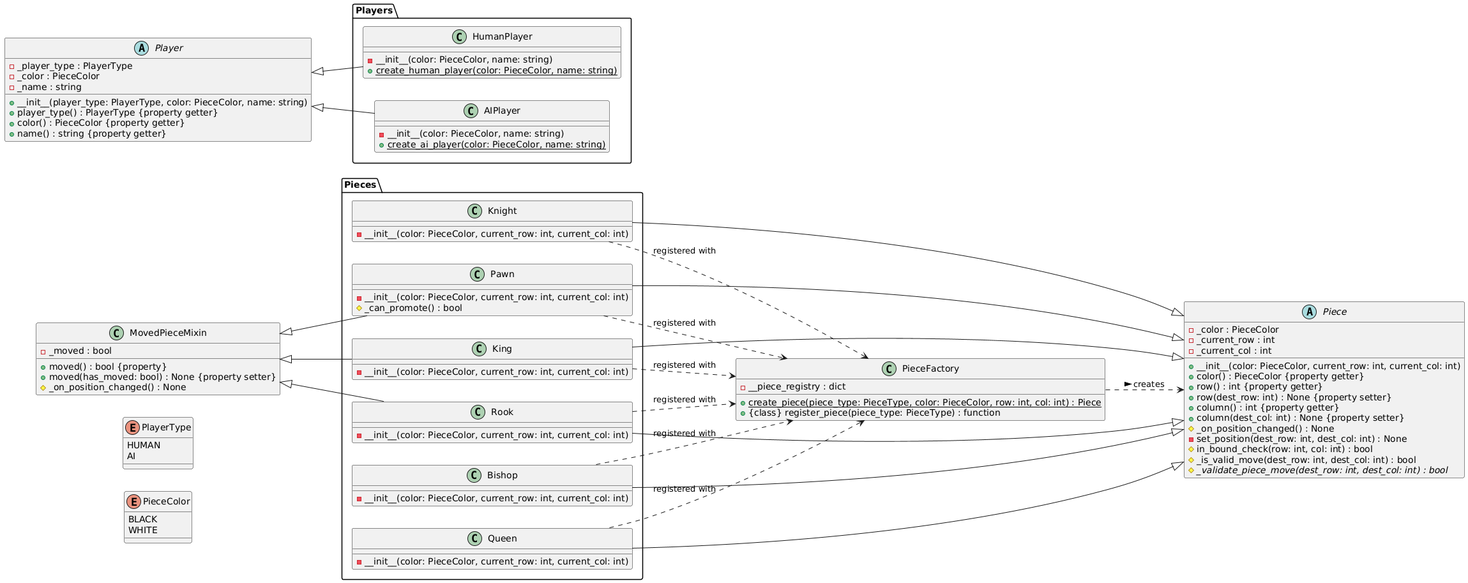
Earlier version of the PlantUML export ChessLite/class_diagrams/chess_uml_diagram.png (bharath-temp/ChessLite).
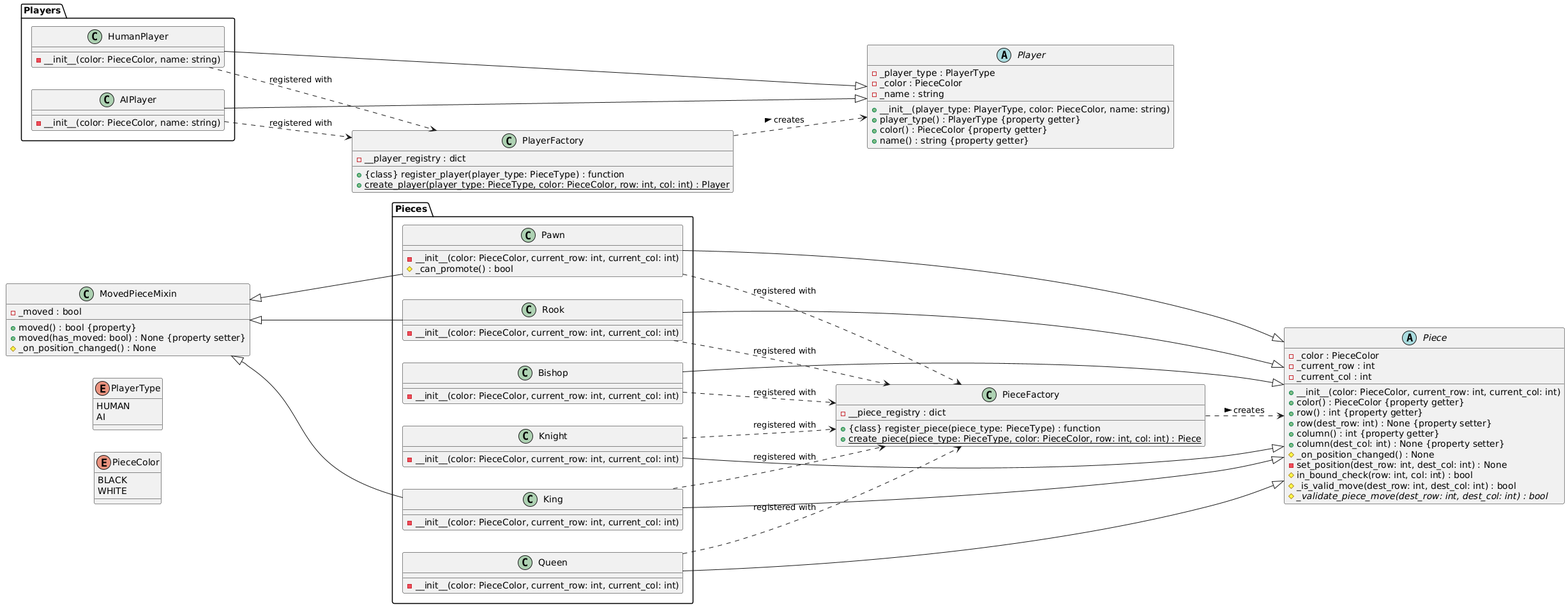
The same file after the commit.

Commit message:
feat: impl player factory

The edit, as a diff of the source:
```diff
@@ -37,8 +37,8 @@
 
 class PieceFactory {
     - __piece_registry : dict
+    + {class} register_piece(piece_type: PieceType) : function
     + {static} create_piece(piece_type: PieceType, color: PieceColor, row: int, col: int) : Piece
-    + {class} register_piece(piece_type: PieceType) : function
 }
 
 package "Pieces" {
@@ -68,6 +68,32 @@
     }
 }
 
+abstract class Player {
+    - _player_type : PlayerType
+    - _color : PieceColor
+    - _name : string
+    + __init__(player_type: PlayerType, color: PieceColor, name: string)
+    + player_type() : PlayerType {property getter}
+    + color() : PieceColor {property getter}
+    + name() : string {property getter}
+}
+
+package "Players" {
+    class HumanPlayer {
+        - __init__(color: PieceColor, name: string)
+    }
+
+    class AIPlayer {
+        - __init__(color: PieceColor, name: string)
+    }
+}
+
+class PlayerFactory {
+    - __player_registry : dict
+    + {class} register_player(player_type: PieceType) : function
+    + {static} create_player(player_type: PieceType, color: PieceColor, row: int, col: int) : Player
+}
+
 Piece <|-- Pawn
 Piece <|-- Rook
 Piece <|-- Knight
@@ -87,28 +113,10 @@
 King ..> PieceFactory : "registered with"
 Queen ..> PieceFactory : "registered with"
 
-abstract class Player {
-    - _player_type : PlayerType
-    - _color : PieceColor
-    - _name : string
-    + __init__(player_type: PlayerType, color: PieceColor, name: string)
-    + player_type() : PlayerType {property getter}
-    + color() : PieceColor {property getter}
-    + name() : string {property getter}
-}
-
-package "Players" {
-    class HumanPlayer {
-        - __init__(color: PieceColor, name: string)
-        + {static} create_human_player(color: PieceColor, name: string)
-    }
-
-    class AIPlayer {
-        - __init__(color: PieceColor, name: string)
-        + {static} create_ai_player(color: PieceColor, name: string)
-    }
-}
-
 Player <|-- HumanPlayer
 Player <|-- AIPlayer
+
+PlayerFactory ..> Player : "creates >"
+HumanPlayer ..> PlayerFactory : "registered with"
+AIPlayer ..> PlayerFactory : "registered with"
 @enduml
```
